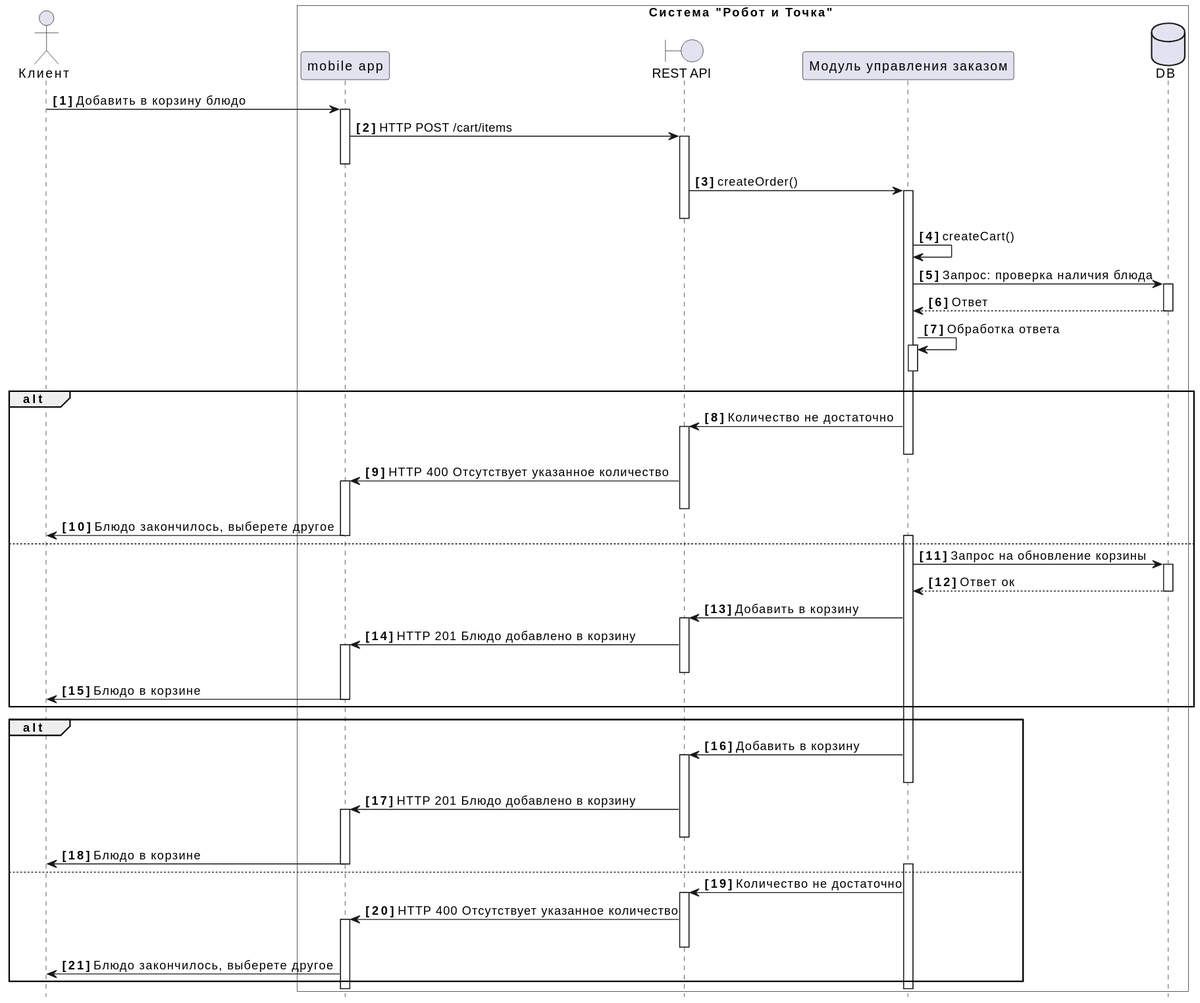
Before: docs/diagrams/out/UseCase-1.svg, a diagram exported from PlantUML (RusHydra/robot).
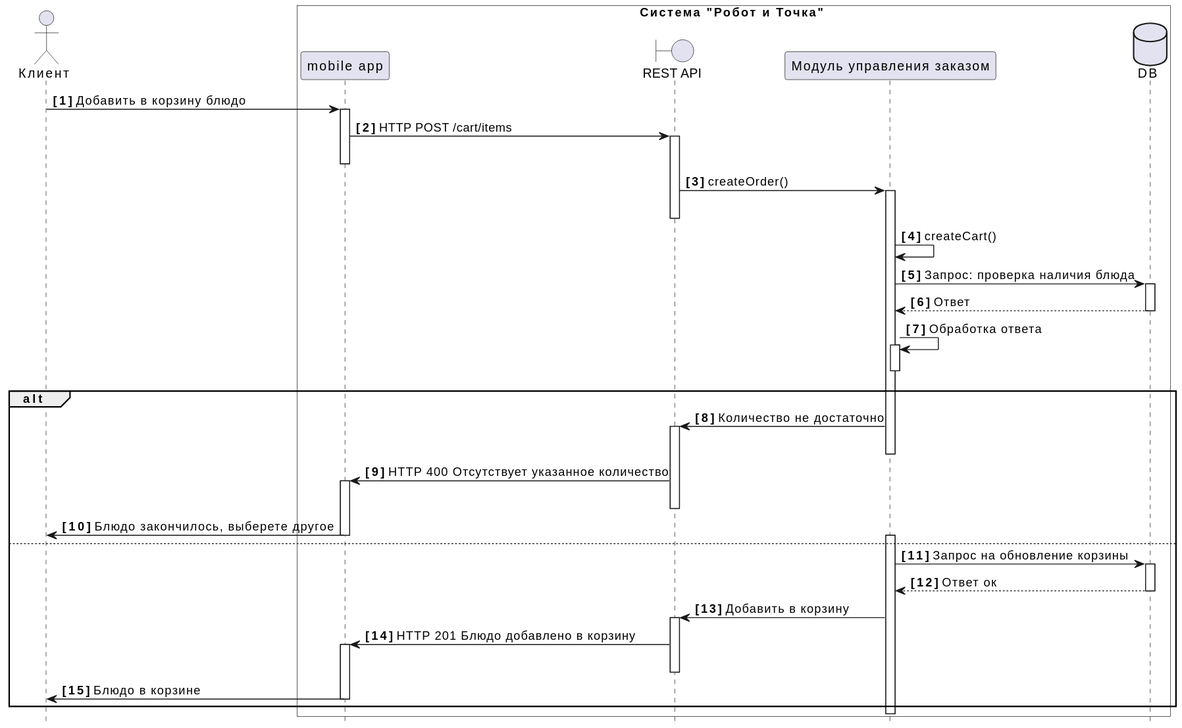
The same diagram one commit later.

What changed in the source:
```diff
@@ -37,21 +37,4 @@
 app -> client: Блюдо в корзине
 app--
 end
-
-
-
-alt
-order -> api++: Добавить в корзину
-order--
-api -> app++: HTTP 201 Блюдо добавлено в корзину
-api--
-app -> client: Блюдо в корзине
-app--
-else
-order++
-order -> api++: Количество не достаточно
-api -> app++: HTTP 400 Отсутствует указанное количество
-api--
-app -> client: Блюдо закончилось, выберете другое
-end
 @enduml
```
